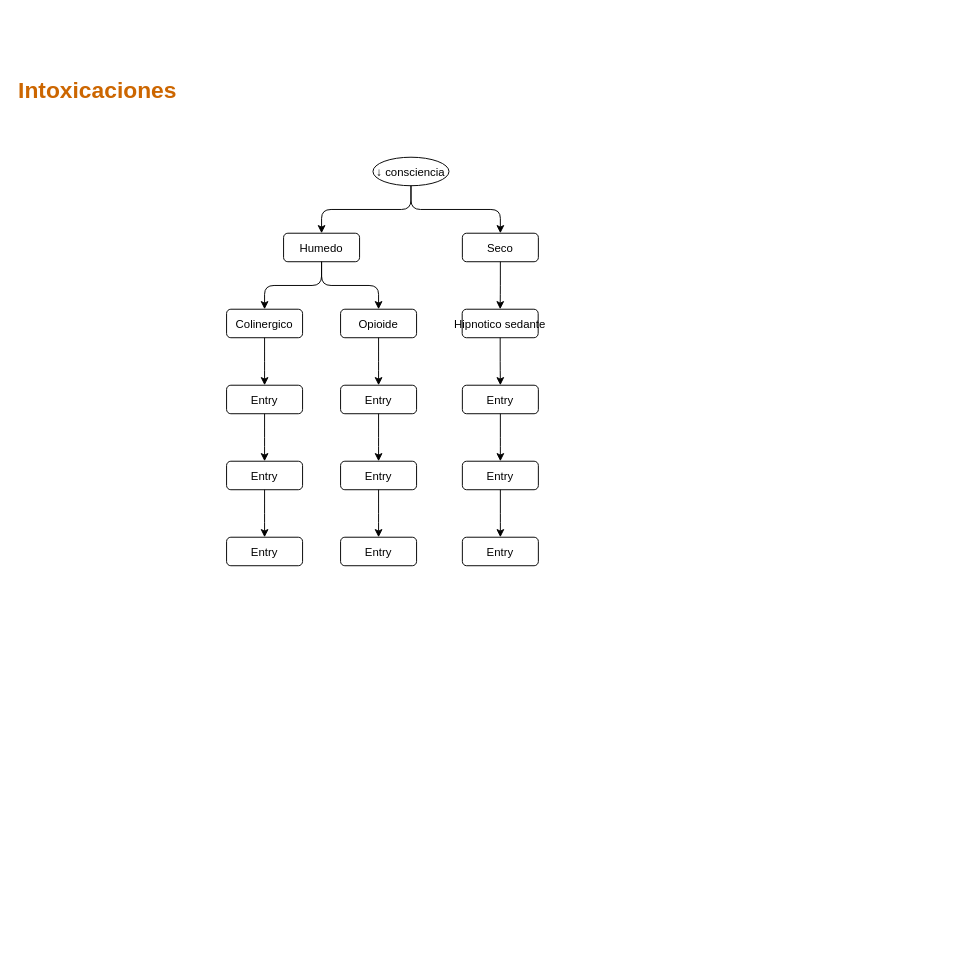
Before: Untitled Diagram.drawio in Santicabal/Apuntes, a draw.io diagram. Source tidied: cells renumbered, new cells numbered last; positions are measured from the earlier drawing's top-left corner, leaving out a move shared by most shapes. Both pictures are drawn from the tidied source at 95%, with x=0, y=0 at pixel (16, 71).
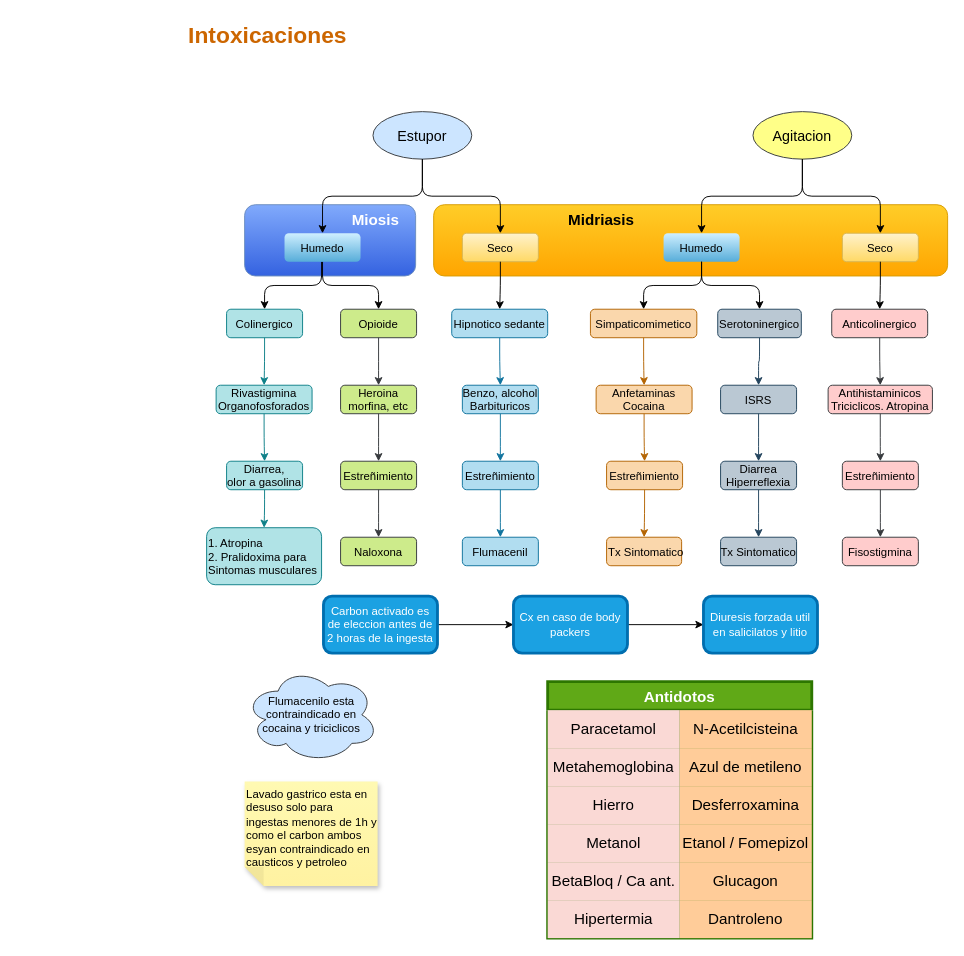
After the change.

Change to the diagram source:
```diff
@@
+    <mxCell id="32" value="Miosis" style="rounded=1;whiteSpace=wrap;html=1;align=right;fontSize=16;fontStyle=1;fillColor=#81AAFC;strokeColor=#6c8ebf;gradientColor=#3462E0;fontColor=#FFFFFF;verticalAlign=top;spacingLeft=0;spacingRight=15;" parent="1" vertex="1">
+      <mxGeometry x="240" y="140" width="180" height="75" as="geometry" />
+    </mxCell>
+    <mxCell id="33" value="Midriasis" style="rounded=1;whiteSpace=wrap;html=1;align=left;spacingRight=0;spacingLeft=140;fontSize=16;fontStyle=1;fillColor=#ffcd28;strokeColor=#d79b00;gradientColor=#ffa500;verticalAlign=top;fontColor=#000000;labelBorderColor=none;" parent="1" vertex="1">
+      <mxGeometry x="439" y="140" width="541" height="75" as="geometry" />
+    </mxCell>
     <mxCell id="2" value="Intoxicaciones" style="text;strokeColor=none;fillColor=none;html=1;fontSize=24;fontStyle=1;verticalAlign=middle;align=left;fontColor=#CC6600;" parent="1" vertex="1">
-      <mxGeometry width="180" height="40" as="geometry" />
+      <mxGeometry x="179" y="-58" width="180" height="40" as="geometry" />
     </mxCell>
-    <mxCell id="3" value="↓ consciencia" style="ellipse;" parent="1" vertex="1">
-      <mxGeometry x="375.1" y="90" width="80" height="30" as="geometry" />
+    <mxCell id="3" value="Estupor" style="ellipse;fillColor=#cce5ff;strokeColor=#36393d;fontSize=15;" parent="1" vertex="1">
+      <mxGeometry x="375.1" y="42" width="104" height="50" as="geometry" />
     </mxCell>
-    <mxCell id="4" value="Humedo" style="rounded=1;" parent="1" vertex="1">
-      <mxGeometry x="281" y="170" width="80" height="30" as="geometry" />
-    </mxCell>
-    <mxCell id="5" style="edgeStyle=elbowEdgeStyle;elbow=vertical;" parent="1" edge="1" source="3" target="4">
+    <mxCell id="5" style="edgeStyle=elbowEdgeStyle;elbow=vertical;entryX=0.5;entryY=0;entryDx=0;entryDy=0;" parent="1" edge="1" source="3" target="65">
       <mxGeometry relative="1" as="geometry" />
     </mxCell>
-    <mxCell id="6" value="Seco" style="rounded=1;" parent="1" vertex="1">
+    <mxCell id="6" value="Seco" style="rounded=1;fillColor=#fff2cc;strokeColor=#d6b656;perimeterSpacing=0;strokeWidth=1;gradientColor=#ffd966;" parent="1" vertex="1">
       <mxGeometry x="469.2" y="170" width="80" height="30" as="geometry" />
     </mxCell>
@@
-    <mxCell id="8" value="Colinergico" style="rounded=1;" parent="1" vertex="1">
+    <mxCell id="8" value="Colinergico" style="rounded=1;fillColor=#b0e3e6;strokeColor=#0e8088;" parent="1" vertex="1">
       <mxGeometry x="221" y="250" width="80" height="30" as="geometry" />
     </mxCell>
-    <mxCell id="9" style="edgeStyle=elbowEdgeStyle;elbow=vertical;" parent="1" edge="1" source="4" target="8">
-      <mxGeometry relative="1" as="geometry" />
+    <mxCell id="9" style="edgeStyle=elbowEdgeStyle;elbow=vertical;" parent="1" edge="1" target="8">
+      <mxGeometry relative="1" as="geometry">
+        <mxPoint x="321" y="200" as="sourcePoint" />
+      </mxGeometry>
     </mxCell>
-    <mxCell id="10" value="Opioide" style="rounded=1;" parent="1" vertex="1">
+    <mxCell id="10" value="Opioide" style="rounded=1;fillColor=#cdeb8b;strokeColor=#36393d;" parent="1" vertex="1">
       <mxGeometry x="341" y="250" width="80" height="30" as="geometry" />
     </mxCell>
-    <mxCell id="11" style="edgeStyle=elbowEdgeStyle;elbow=vertical;" parent="1" edge="1" source="4" target="10">
+    <mxCell id="11" style="edgeStyle=elbowEdgeStyle;elbow=vertical;exitX=0.5;exitY=1;exitDx=0;exitDy=0;" parent="1" edge="1" source="65" target="10">
       <mxGeometry relative="1" as="geometry" />
     </mxCell>
-    <mxCell id="12" value="Hipnotico sedante" style="rounded=1;" parent="1" vertex="1">
-      <mxGeometry x="469" y="250" width="80" height="30" as="geometry" />
+    <mxCell id="12" value="Hipnotico sedante" style="rounded=1;fillColor=#b1ddf0;strokeColor=#10739e;" parent="1" vertex="1">
+      <mxGeometry x="458" y="250" width="101" height="30" as="geometry" />
     </mxCell>
@@
-    <mxCell id="14" value="Entry" style="rounded=1;" parent="1" vertex="1">
-      <mxGeometry x="221" y="330" width="80" height="30" as="geometry" />
+    <mxCell id="14" value="Rivastigmina &#10;Organofosforados" style="rounded=1;fillColor=#b0e3e6;strokeColor=#0e8088;" parent="1" vertex="1">
+      <mxGeometry x="210" y="330" width="101" height="30" as="geometry" />
     </mxCell>
-    <mxCell id="15" style="edgeStyle=elbowEdgeStyle;elbow=vertical;" parent="1" edge="1" source="8" target="14">
+    <mxCell id="15" style="edgeStyle=elbowEdgeStyle;elbow=vertical;fillColor=#b0e3e6;strokeColor=#0e8088;" parent="1" edge="1" source="8" target="14">
       <mxGeometry relative="1" as="geometry" />
     </mxCell>
-    <mxCell id="16" value="Entry" style="rounded=1;" parent="1" vertex="1">
+    <mxCell id="16" value="Heroina&#10;morfina, etc" style="rounded=1;fillColor=#cdeb8b;strokeColor=#36393d;" parent="1" vertex="1">
       <mxGeometry x="341" y="330" width="80" height="30" as="geometry" />
     </mxCell>
-    <mxCell id="17" style="edgeStyle=elbowEdgeStyle;elbow=vertical;" parent="1" edge="1" source="10" target="16">
+    <mxCell id="17" style="edgeStyle=elbowEdgeStyle;elbow=vertical;fillColor=#cdeb8b;strokeColor=#36393d;" parent="1" edge="1" source="10" target="16">
       <mxGeometry relative="1" as="geometry" />
     </mxCell>
-    <mxCell id="18" value="Entry" style="rounded=1;" parent="1" vertex="1">
+    <mxCell id="18" value="Diarrea, &#10;olor a gasolina" style="rounded=1;fillColor=#b0e3e6;strokeColor=#0e8088;" parent="1" vertex="1">
       <mxGeometry x="221" y="410" width="80" height="30" as="geometry" />
     </mxCell>
-    <mxCell id="19" style="edgeStyle=elbowEdgeStyle;elbow=vertical;" parent="1" edge="1" source="14" target="18">
+    <mxCell id="19" style="edgeStyle=elbowEdgeStyle;elbow=vertical;fillColor=#b0e3e6;strokeColor=#0e8088;" parent="1" edge="1" source="14" target="18">
       <mxGeometry relative="1" as="geometry" />
     </mxCell>
-    <mxCell id="20" value="Entry" style="rounded=1;" parent="1" vertex="1">
+    <mxCell id="20" value="Estreñimiento" style="rounded=1;fillColor=#cdeb8b;strokeColor=#36393d;" parent="1" vertex="1">
       <mxGeometry x="341" y="410" width="80" height="30" as="geometry" />
     </mxCell>
-    <mxCell id="21" style="edgeStyle=elbowEdgeStyle;elbow=vertical;" parent="1" edge="1" source="16" target="20">
+    <mxCell id="21" style="edgeStyle=elbowEdgeStyle;elbow=vertical;fillColor=#cdeb8b;strokeColor=#36393d;" parent="1" edge="1" source="16" target="20">
       <mxGeometry relative="1" as="geometry" />
     </mxCell>
-    <mxCell id="22" value="Entry" style="rounded=1;" parent="1" vertex="1">
+    <mxCell id="22" value="Benzo, alcohol&#10;Barbituricos" style="rounded=1;fillColor=#b1ddf0;strokeColor=#10739e;" parent="1" vertex="1">
       <mxGeometry x="469.2" y="330" width="80" height="30" as="geometry" />
     </mxCell>
-    <mxCell id="23" style="edgeStyle=elbowEdgeStyle;elbow=vertical;" parent="1" edge="1" source="12" target="22">
+    <mxCell id="23" style="edgeStyle=elbowEdgeStyle;elbow=vertical;fillColor=#b1ddf0;strokeColor=#10739e;" parent="1" edge="1" source="12" target="22">
       <mxGeometry relative="1" as="geometry" />
     </mxCell>
-    <mxCell id="24" value="Entry" style="rounded=1;" parent="1" vertex="1">
+    <mxCell id="24" value="Estreñimiento" style="rounded=1;fillColor=#b1ddf0;strokeColor=#10739e;" parent="1" vertex="1">
       <mxGeometry x="469.2" y="410" width="80" height="30" as="geometry" />
     </mxCell>
-    <mxCell id="25" style="edgeStyle=elbowEdgeStyle;elbow=vertical;" parent="1" edge="1" source="22" target="24">
+    <mxCell id="25" style="edgeStyle=elbowEdgeStyle;elbow=vertical;fillColor=#b1ddf0;strokeColor=#10739e;" parent="1" edge="1" source="22" target="24">
       <mxGeometry relative="1" as="geometry" />
     </mxCell>
-    <mxCell id="26" value="Entry" style="rounded=1;" parent="1" vertex="1">
-      <mxGeometry x="221" y="490" width="80" height="30" as="geometry" />
+    <mxCell id="26" value="1. Atropina&#10;2. Pralidoxima para &#10;Sintomas musculares" style="rounded=1;align=left;fillColor=#b0e3e6;strokeColor=#0e8088;" parent="1" vertex="1">
+      <mxGeometry x="200" y="480" width="121" height="60" as="geometry" />
     </mxCell>
-    <mxCell id="27" style="edgeStyle=elbowEdgeStyle;elbow=vertical;" parent="1" edge="1" source="18" target="26">
+    <mxCell id="27" style="edgeStyle=elbowEdgeStyle;elbow=vertical;fillColor=#b0e3e6;strokeColor=#0e8088;" parent="1" edge="1" source="18" target="26">
       <mxGeometry relative="1" as="geometry" />
     </mxCell>
-    <mxCell id="28" value="Entry" style="rounded=1;" parent="1" vertex="1">
+    <mxCell id="28" value="Naloxona" style="rounded=1;fillColor=#cdeb8b;strokeColor=#36393d;" parent="1" vertex="1">
       <mxGeometry x="341" y="490" width="80" height="30" as="geometry" />
     </mxCell>
-    <mxCell id="29" style="edgeStyle=elbowEdgeStyle;elbow=vertical;" parent="1" edge="1" source="20" target="28">
+    <mxCell id="29" style="edgeStyle=elbowEdgeStyle;elbow=vertical;fillColor=#cdeb8b;strokeColor=#36393d;" parent="1" edge="1" source="20" target="28">
       <mxGeometry relative="1" as="geometry" />
     </mxCell>
-    <mxCell id="30" value="Entry" style="rounded=1;" parent="1" vertex="1">
+    <mxCell id="30" value="Flumacenil" style="rounded=1;fillColor=#b1ddf0;strokeColor=#10739e;" parent="1" vertex="1">
       <mxGeometry x="469.2" y="490" width="80" height="30" as="geometry" />
     </mxCell>
-    <mxCell id="31" style="edgeStyle=elbowEdgeStyle;elbow=vertical;" parent="1" edge="1" source="24" target="30">
+    <mxCell id="31" style="edgeStyle=elbowEdgeStyle;elbow=vertical;fillColor=#b1ddf0;strokeColor=#10739e;" parent="1" edge="1" source="24" target="30">
       <mxGeometry relative="1" as="geometry" />
     </mxCell>
+    <mxCell id="34" value="Flumacenilo esta contraindicado en cocaina y triciclicos" style="ellipse;shape=cloud;whiteSpace=wrap;html=1;fillColor=#cce5ff;strokeColor=#36393d;" parent="1" vertex="1">
+      <mxGeometry x="240" y="627" width="141" height="100" as="geometry" />
+    </mxCell>
+    <mxCell id="35" value="Agitacion" style="ellipse;fillColor=#ffff88;strokeColor=#36393d;fontSize=15;" parent="1" vertex="1">
+      <mxGeometry x="775.1" y="42" width="104" height="50" as="geometry" />
+    </mxCell>
+    <mxCell id="36" value="Humedo" style="rounded=1;fillColor=#CFEFFF;strokeColor=none;strokeWidth=1;gradientColor=#57ADD9;" parent="1" vertex="1">
+      <mxGeometry x="681" y="170" width="80" height="30" as="geometry" />
+    </mxCell>
+    <mxCell id="37" style="edgeStyle=elbowEdgeStyle;elbow=vertical;" parent="1" edge="1" source="35" target="36">
+      <mxGeometry relative="1" as="geometry" />
+    </mxCell>
+    <mxCell id="38" value="Seco" style="rounded=1;fillColor=#fff2cc;strokeColor=#d6b656;perimeterSpacing=0;strokeWidth=1;gradientColor=#ffd966;" parent="1" vertex="1">
+      <mxGeometry x="869.2" y="170" width="80" height="30" as="geometry" />
+    </mxCell>
+    <mxCell id="39" style="edgeStyle=elbowEdgeStyle;elbow=vertical;" parent="1" edge="1" source="35" target="38">
+      <mxGeometry relative="1" as="geometry" />
+    </mxCell>
+    <mxCell id="40" value="Simpaticomimetico" style="rounded=1;fillColor=#fad7ac;strokeColor=#b46504;" parent="1" vertex="1">
+      <mxGeometry x="604" y="250" width="112" height="30" as="geometry" />
+    </mxCell>
+    <mxCell id="41" style="edgeStyle=elbowEdgeStyle;elbow=vertical;" parent="1" edge="1" source="36" target="40">
+      <mxGeometry relative="1" as="geometry" />
+    </mxCell>
+    <mxCell id="42" value="Serotoninergico" style="rounded=1;fillColor=#bac8d3;strokeColor=#23445d;" parent="1" vertex="1">
+      <mxGeometry x="738" y="250" width="88" height="30" as="geometry" />
+    </mxCell>
+    <mxCell id="43" style="edgeStyle=elbowEdgeStyle;elbow=vertical;" parent="1" edge="1" source="36" target="42">
+      <mxGeometry relative="1" as="geometry" />
+    </mxCell>
+    <mxCell id="44" value="Anticolinergico" style="rounded=1;fillColor=#ffcccc;strokeColor=#36393d;" parent="1" vertex="1">
+      <mxGeometry x="858" y="250" width="101" height="30" as="geometry" />
+    </mxCell>
+    <mxCell id="45" style="edgeStyle=elbowEdgeStyle;elbow=vertical;" parent="1" edge="1" source="38" target="44">
+      <mxGeometry relative="1" as="geometry" />
+    </mxCell>
+    <mxCell id="46" value="Anfetaminas&#10;Cocaina" style="rounded=1;fillColor=#fad7ac;strokeColor=#b46504;" parent="1" vertex="1">
+      <mxGeometry x="610" y="330" width="101" height="30" as="geometry" />
+    </mxCell>
+    <mxCell id="47" style="edgeStyle=elbowEdgeStyle;elbow=vertical;fillColor=#fad7ac;strokeColor=#b46504;" parent="1" edge="1" source="40" target="46">
+      <mxGeometry relative="1" as="geometry" />
+    </mxCell>
+    <mxCell id="48" value="ISRS" style="rounded=1;fillColor=#bac8d3;strokeColor=#23445d;" parent="1" vertex="1">
+      <mxGeometry x="741" y="330" width="80" height="30" as="geometry" />
+    </mxCell>
+    <mxCell id="49" style="edgeStyle=elbowEdgeStyle;elbow=vertical;fillColor=#bac8d3;strokeColor=#23445d;" parent="1" edge="1" source="42" target="48">
+      <mxGeometry relative="1" as="geometry" />
+    </mxCell>
+    <mxCell id="50" value="Estreñimiento" style="rounded=1;fillColor=#fad7ac;strokeColor=#b46504;" parent="1" vertex="1">
+      <mxGeometry x="621" y="410" width="80" height="30" as="geometry" />
+    </mxCell>
+    <mxCell id="51" style="edgeStyle=elbowEdgeStyle;elbow=vertical;fillColor=#fad7ac;strokeColor=#b46504;" parent="1" edge="1" source="46" target="50">
+      <mxGeometry relative="1" as="geometry" />
+    </mxCell>
+    <mxCell id="52" value="Diarrea&#10;Hiperreflexia" style="rounded=1;fillColor=#bac8d3;strokeColor=#23445d;" parent="1" vertex="1">
+      <mxGeometry x="741" y="410" width="80" height="30" as="geometry" />
+    </mxCell>
+    <mxCell id="53" style="edgeStyle=elbowEdgeStyle;elbow=vertical;fillColor=#bac8d3;strokeColor=#23445d;" parent="1" edge="1" source="48" target="52">
+      <mxGeometry relative="1" as="geometry" />
+    </mxCell>
+    <mxCell id="54" value="Antihistaminicos&#10;Triciclicos. Atropina" style="rounded=1;fillColor=#ffcccc;strokeColor=#36393d;" parent="1" vertex="1">
+      <mxGeometry x="854.2" y="330" width="109.8" height="30" as="geometry" />
+    </mxCell>
+    <mxCell id="55" style="edgeStyle=elbowEdgeStyle;elbow=vertical;fillColor=#ffcccc;strokeColor=#36393d;" parent="1" edge="1" source="44" target="54">
+      <mxGeometry relative="1" as="geometry" />
+    </mxCell>
+    <mxCell id="56" value="Estreñimiento" style="rounded=1;fillColor=#ffcccc;strokeColor=#36393d;" parent="1" vertex="1">
+      <mxGeometry x="869.2" y="410" width="80" height="30" as="geometry" />
+    </mxCell>
+    <mxCell id="57" style="edgeStyle=elbowEdgeStyle;elbow=vertical;fillColor=#ffcccc;strokeColor=#36393d;" parent="1" edge="1" source="54" target="56">
+      <mxGeometry relative="1" as="geometry" />
+    </mxCell>
+    <mxCell id="58" value="Tx Sintomatico" style="rounded=1;align=left;fillColor=#fad7ac;strokeColor=#b46504;" parent="1" vertex="1">
+      <mxGeometry x="621" y="490" width="79" height="30" as="geometry" />
+    </mxCell>
+    <mxCell id="59" style="edgeStyle=elbowEdgeStyle;elbow=vertical;fillColor=#fad7ac;strokeColor=#b46504;" parent="1" edge="1" source="50" target="58">
+      <mxGeometry relative="1" as="geometry" />
+    </mxCell>
+    <mxCell id="60" value="Tx Sintomatico" style="rounded=1;fillColor=#bac8d3;strokeColor=#23445d;" parent="1" vertex="1">
+      <mxGeometry x="741" y="490" width="80" height="30" as="geometry" />
+    </mxCell>
+    <mxCell id="61" style="edgeStyle=elbowEdgeStyle;elbow=vertical;fillColor=#bac8d3;strokeColor=#23445d;" parent="1" edge="1" source="52" target="60">
+      <mxGeometry relative="1" as="geometry" />
+    </mxCell>
+    <mxCell id="62" value="Fisostigmina" style="rounded=1;fillColor=#ffcccc;strokeColor=#36393d;" parent="1" vertex="1">
+      <mxGeometry x="869.2" y="490" width="80" height="30" as="geometry" />
+    </mxCell>
+    <mxCell id="63" style="edgeStyle=elbowEdgeStyle;elbow=vertical;fillColor=#ffcccc;strokeColor=#36393d;" parent="1" edge="1" source="56" target="62">
+      <mxGeometry relative="1" as="geometry" />
+    </mxCell>
+    <mxCell id="64" style="edgeStyle=elbowEdgeStyle;elbow=vertical;" parent="1" edge="1" target="65">
+      <mxGeometry relative="1" as="geometry">
+        <mxPoint x="321" y="185" as="sourcePoint" />
+      </mxGeometry>
+    </mxCell>
+    <mxCell id="65" value="Humedo" style="rounded=1;fillColor=#CFEFFF;strokeColor=none;strokeWidth=1;gradientColor=#57ADD9;" parent="1" vertex="1">
+      <mxGeometry x="282" y="170" width="80" height="30" as="geometry" />
+    </mxCell>
+    <mxCell id="66" value="Lavado gastrico esta en desuso solo para ingestas menores de 1h y como el carbon ambos esyan contraindicado en causticos y petroleo" style="shape=note;whiteSpace=wrap;html=1;backgroundOutline=1;fontColor=#000000;darkOpacity=0.05;fillColor=#FFF9B2;strokeColor=none;fillStyle=solid;direction=west;gradientDirection=north;gradientColor=#FFF2A1;shadow=1;size=20;align=left;verticalAlign=top;" parent="1" vertex="1">
+      <mxGeometry x="240" y="747" width="140" height="110" as="geometry" />
+    </mxCell>
+    <mxCell id="67" style="edgeStyle=orthogonalEdgeStyle;rounded=0;jettySize=auto;html=1;" parent="1" edge="1" source="68" target="70">
+      <mxGeometry relative="1" as="geometry" />
+    </mxCell>
+    <mxCell id="68" value="Carbon activado es de eleccion antes de 2 horas de la ingesta" style="rounded=1;whiteSpace=wrap;html=1;fillColor=#1ba1e2;fontColor=#ffffff;strokeColor=#006EAF;strokeWidth=3;" parent="1" vertex="1">
+      <mxGeometry x="323" y="552" width="120" height="60" as="geometry" />
+    </mxCell>
+    <mxCell id="69" style="edgeStyle=orthogonalEdgeStyle;rounded=0;jettySize=auto;html=1;" parent="1" edge="1" source="70" target="71">
+      <mxGeometry relative="1" as="geometry" />
+    </mxCell>
+    <mxCell id="70" value="Cx en caso de body packers" style="rounded=1;whiteSpace=wrap;html=1;fillColor=#1ba1e2;fontColor=#ffffff;strokeColor=#006EAF;strokeWidth=3;" parent="1" vertex="1">
+      <mxGeometry x="523" y="552" width="120" height="60" as="geometry" />
+    </mxCell>
+    <mxCell id="71" value="Diuresis forzada util en salicilatos y litio" style="rounded=1;whiteSpace=wrap;html=1;fillColor=#1ba1e2;fontColor=#ffffff;strokeColor=#006EAF;strokeWidth=3;" parent="1" vertex="1">
+      <mxGeometry x="723" y="552" width="120" height="60" as="geometry" />
+    </mxCell>
+    <mxCell id="72" value="Antidotos" style="shape=table;startSize=30;childLayout=tableLayout;strokeColor=#2D7600;fontSize=16;fillColor=#60a917;fontColor=#ffffff;strokeWidth=3;fontStyle=1;" parent="1" vertex="1">
+      <mxGeometry x="559" y="642" width="278" height="270" as="geometry" />
+    </mxCell>
+    <mxCell id="73" style="shape=tableRow;horizontal=0;startSize=0;swimlaneHead=0;swimlaneBody=0;strokeColor=inherit;top=0;left=0;bottom=0;right=0;fillColor=none;fontSize=16;" parent="72" vertex="1">
+      <mxGeometry y="30" width="278" height="40" as="geometry" />
+    </mxCell>
+    <mxCell id="74" value="Paracetamol" style="shape=partialRectangle;html=1;whiteSpace=wrap;strokeColor=#ae4132;overflow=hidden;fillColor=#fad9d5;top=0;left=0;bottom=0;right=0;fontSize=16;" parent="73" vertex="1">
+      <mxGeometry width="139" height="40" as="geometry" />
+    </mxCell>
+    <mxCell id="75" value="N-Acetilcisteina" style="shape=partialRectangle;html=1;whiteSpace=wrap;strokeColor=#36393d;overflow=hidden;fillColor=#ffcc99;top=0;left=0;bottom=0;right=0;fontSize=16;" parent="73" vertex="1">
+      <mxGeometry x="139" width="139" height="40" as="geometry" />
+    </mxCell>
+    <mxCell id="76" style="shape=tableRow;horizontal=0;startSize=0;swimlaneHead=0;swimlaneBody=0;strokeColor=inherit;top=0;left=0;bottom=0;right=0;fillColor=none;fontSize=16;" parent="72" vertex="1">
+      <mxGeometry y="70" width="278" height="40" as="geometry" />
+    </mxCell>
+    <mxCell id="77" value="Metahemoglobina" style="shape=partialRectangle;html=1;whiteSpace=wrap;strokeColor=#ae4132;overflow=hidden;fillColor=#fad9d5;top=0;left=0;bottom=0;right=0;fontSize=16;" parent="76" vertex="1">
+      <mxGeometry width="139" height="40" as="geometry" />
+    </mxCell>
+    <mxCell id="78" value="Azul de metileno" style="shape=partialRectangle;html=1;whiteSpace=wrap;strokeColor=#36393d;overflow=hidden;fillColor=#ffcc99;top=0;left=0;bottom=0;right=0;fontSize=16;" parent="76" vertex="1">
+      <mxGeometry x="139" width="139" height="40" as="geometry" />
+    </mxCell>
+    <mxCell id="79" style="shape=tableRow;horizontal=0;startSize=0;swimlaneHead=0;swimlaneBody=0;strokeColor=inherit;top=0;left=0;bottom=0;right=0;fillColor=none;fontSize=16;" parent="72" vertex="1">
+      <mxGeometry y="110" width="278" height="40" as="geometry" />
+    </mxCell>
+    <mxCell id="80" value="Hierro" style="shape=partialRectangle;html=1;whiteSpace=wrap;strokeColor=#ae4132;overflow=hidden;fillColor=#fad9d5;top=0;left=0;bottom=0;right=0;fontSize=16;" parent="79" vertex="1">
+      <mxGeometry width="139" height="40" as="geometry" />
+    </mxCell>
+    <mxCell id="81" value="Desferroxamina" style="shape=partialRectangle;html=1;whiteSpace=wrap;strokeColor=#36393d;overflow=hidden;fillColor=#ffcc99;top=0;left=0;bottom=0;right=0;fontSize=16;" parent="79" vertex="1">
+      <mxGeometry x="139" width="139" height="40" as="geometry" />
+    </mxCell>
+    <mxCell id="82" style="shape=tableRow;horizontal=0;startSize=0;swimlaneHead=0;swimlaneBody=0;strokeColor=inherit;top=0;left=0;bottom=0;right=0;fillColor=none;fontSize=16;" parent="72" vertex="1">
+      <mxGeometry y="150" width="278" height="40" as="geometry" />
+    </mxCell>
+    <mxCell id="83" value="Metanol" style="shape=partialRectangle;html=1;whiteSpace=wrap;strokeColor=#ae4132;overflow=hidden;fillColor=#fad9d5;top=0;left=0;bottom=0;right=0;fontSize=16;" parent="82" vertex="1">
+      <mxGeometry width="139" height="40" as="geometry" />
+    </mxCell>
+    <mxCell id="84" value="Etanol / Fomepizol" style="shape=partialRectangle;html=1;whiteSpace=wrap;strokeColor=#36393d;overflow=hidden;fillColor=#ffcc99;top=0;left=0;bottom=0;right=0;fontSize=16;" parent="82" vertex="1">
+      <mxGeometry x="139" width="139" height="40" as="geometry" />
+    </mxCell>
+    <mxCell id="85" style="shape=tableRow;horizontal=0;startSize=0;swimlaneHead=0;swimlaneBody=0;strokeColor=inherit;top=0;left=0;bottom=0;right=0;fillColor=none;fontSize=16;" parent="72" vertex="1">
+      <mxGeometry y="190" width="278" height="40" as="geometry" />
+    </mxCell>
+    <mxCell id="86" value="BetaBloq / Ca ant." style="shape=partialRectangle;html=1;whiteSpace=wrap;strokeColor=#ae4132;overflow=hidden;fillColor=#fad9d5;top=0;left=0;bottom=0;right=0;fontSize=16;" parent="85" vertex="1">
+      <mxGeometry width="139" height="40" as="geometry" />
+    </mxCell>
+    <mxCell id="87" value="Glucagon" style="shape=partialRectangle;html=1;whiteSpace=wrap;strokeColor=#36393d;overflow=hidden;fillColor=#ffcc99;top=0;left=0;bottom=0;right=0;fontSize=16;" parent="85" vertex="1">
+      <mxGeometry x="139" width="139" height="40" as="geometry" />
+    </mxCell>
+    <mxCell id="88" style="shape=tableRow;horizontal=0;startSize=0;swimlaneHead=0;swimlaneBody=0;strokeColor=inherit;top=0;left=0;bottom=0;right=0;fillColor=none;fontSize=16;" parent="72" vertex="1">
+      <mxGeometry y="230" width="278" height="40" as="geometry" />
+    </mxCell>
+    <mxCell id="89" value="Hipertermia" style="shape=partialRectangle;html=1;whiteSpace=wrap;strokeColor=#ae4132;overflow=hidden;fillColor=#fad9d5;top=0;left=0;bottom=0;right=0;fontSize=16;" parent="88" vertex="1">
+      <mxGeometry width="139" height="40" as="geometry" />
+    </mxCell>
+    <mxCell id="90" value="Dantroleno" style="shape=partialRectangle;html=1;whiteSpace=wrap;strokeColor=#36393d;overflow=hidden;fillColor=#ffcc99;top=0;left=0;bottom=0;right=0;fontSize=16;" parent="88" vertex="1">
+      <mxGeometry x="139" width="139" height="40" as="geometry" />
+    </mxCell>
```
